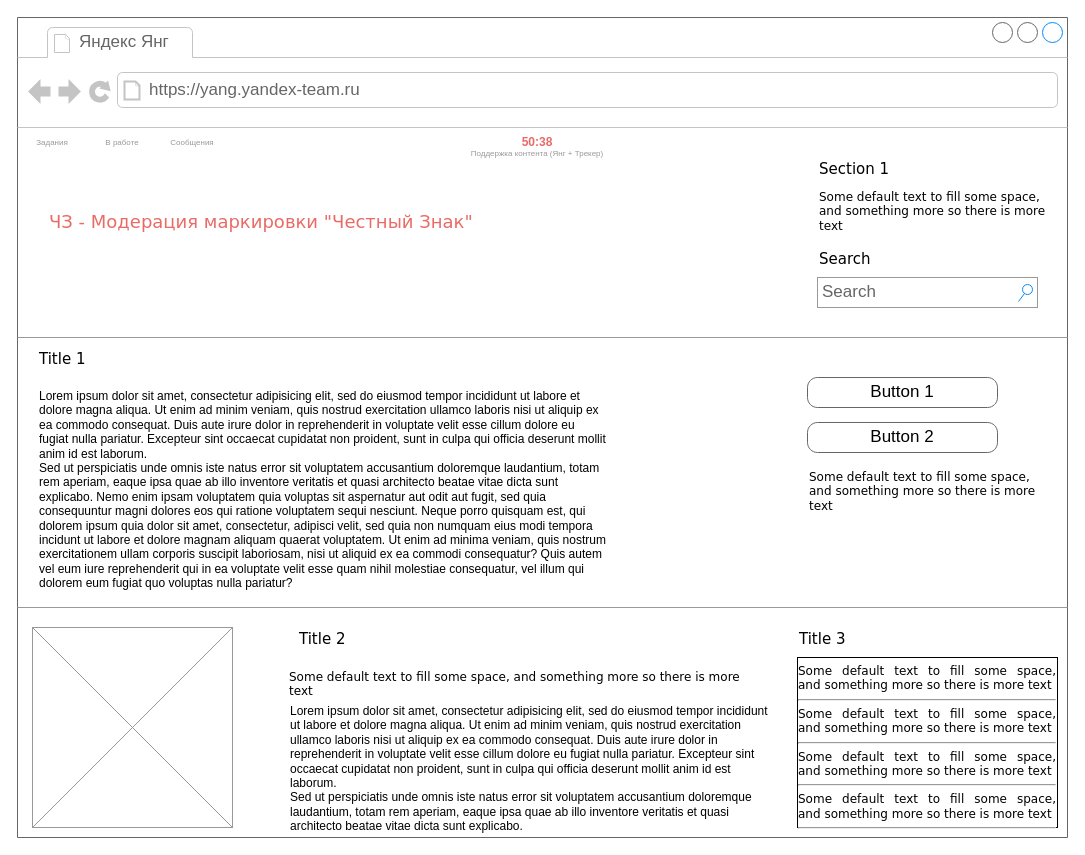
Earlier version of the draw.io diagram sup_task.drawio (xasv1k/yndx). Source tidied: cells renumbered, new cells numbered last; positions are measured from the earlier drawing's top-left corner, leaving out a move shared by most shapes. Both pictures are drawn from the tidied source at 100%, with x=0, y=0 at pixel (17, 17).
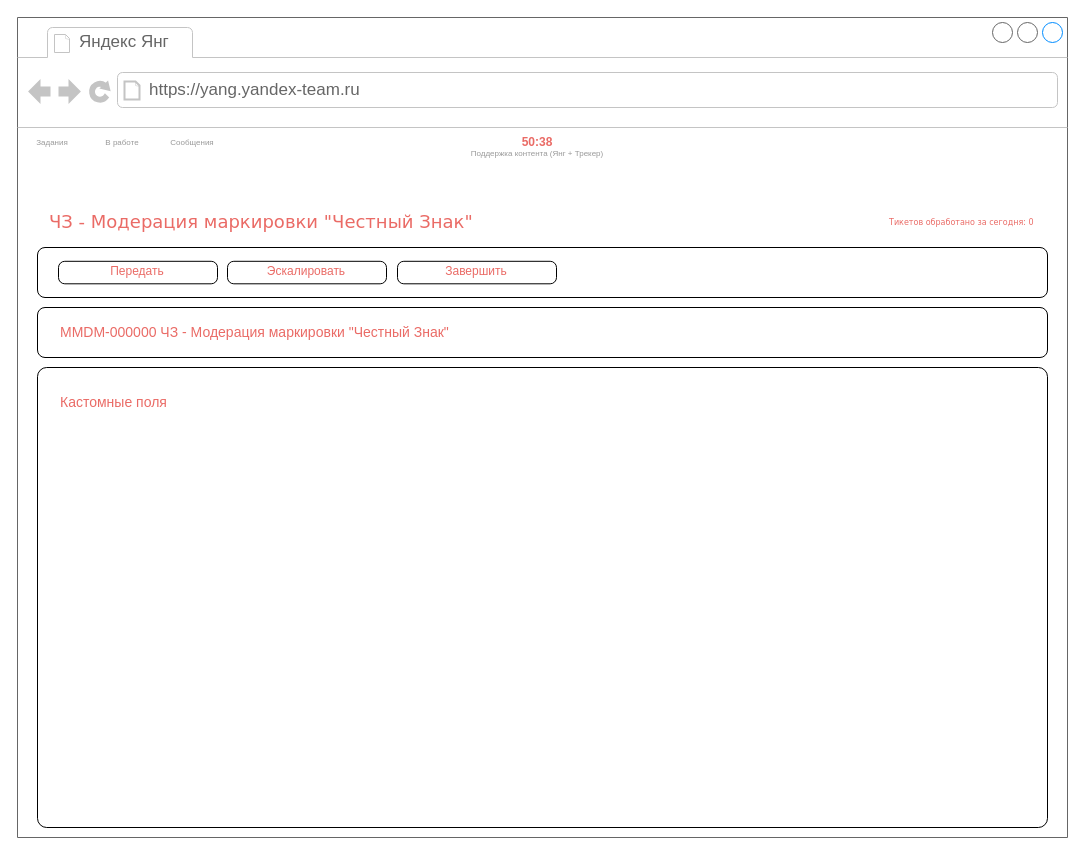
The same page after the edit.

The change refers to these unchanged cells:
```xml
<mxCell id="2" style="strokeWidth=1;shadow=0;dashed=0;align=center;html=1;shape=mxgraph.mockup.containers.browserWindow;rSize=0;strokeColor=#666666;mainText=,;rounded=0;labelBackgroundColor=none;fontFamily=Verdana;fontSize=12;" parent="1" vertex="1">
  <mxGeometry width="1050" height="820" as="geometry" />
</mxCell>
```

Change to the diagram source:
```diff
@@
-    <mxCell id="6" value="Section 1" style="text;html=1;align=left;verticalAlign=top;spacingTop=-4;fontSize=15;fontFamily=Verdana;" parent="2" vertex="1">
-      <mxGeometry x="800" y="140" width="170" height="30" as="geometry" />
-    </mxCell>
-    <mxCell id="7" value="Some default text to fill some space, and&amp;nbsp;&lt;span&gt;something more so there is more text&lt;/span&gt;" style="text;html=1;align=left;verticalAlign=top;spacingTop=-4;fontSize=12;fontFamily=Verdana;whiteSpace=wrap;" parent="2" vertex="1">
-      <mxGeometry x="800" y="170" width="240" height="40" as="geometry" />
+    <mxCell id="7" value="Тикетов обработано за сегодня: 0" style="text;html=1;align=left;verticalAlign=top;spacingTop=-4;fontSize=8;fontFamily=Verdana;whiteSpace=wrap;fontColor=#EA6B66;" parent="2" vertex="1">
+      <mxGeometry x="870" y="197.5" width="170" height="15" as="geometry" />
     </mxCell>
-    <mxCell id="8" value="Search" style="text;html=1;align=left;verticalAlign=top;spacingTop=-4;fontSize=15;fontFamily=Verdana;" parent="2" vertex="1">
-      <mxGeometry x="800" y="230" width="170" height="30" as="geometry" />
-    </mxCell>
-    <mxCell id="9" value="Search" style="strokeWidth=1;shadow=0;dashed=0;align=center;html=1;shape=mxgraph.mockup.forms.searchBox;strokeColor=#999999;mainText=;strokeColor2=#008cff;fontColor=#666666;fontSize=17;align=left;spacingLeft=3;rounded=0;labelBackgroundColor=none;" parent="2" vertex="1">
-      <mxGeometry x="800" y="260" width="220" height="30" as="geometry" />
-    </mxCell>
-    <mxCell id="10" style="verticalLabelPosition=bottom;shadow=0;dashed=0;align=center;html=1;verticalAlign=top;strokeWidth=1;shape=mxgraph.mockup.markup.line;strokeColor=#999999;rounded=0;labelBackgroundColor=none;fillColor=#ffffff;fontFamily=Verdana;fontSize=12;fontColor=#000000;" parent="2" vertex="1">
-      <mxGeometry y="310" width="1050" height="20" as="geometry" />
-    </mxCell>
-    <mxCell id="11" value="Title 1" style="text;html=1;align=left;verticalAlign=top;spacingTop=-4;fontSize=15;fontFamily=Verdana;" parent="2" vertex="1">
-      <mxGeometry x="20" y="330" width="170" height="30" as="geometry" />
-    </mxCell>
-    <mxCell id="12" value="Lorem ipsum dolor sit amet, consectetur adipisicing elit, sed do eiusmod tempor incididunt ut labore et dolore magna aliqua. Ut enim ad minim veniam, quis nostrud exercitation ullamco laboris nisi ut aliquip ex ea commodo consequat. Duis aute irure dolor in reprehenderit in voluptate velit esse cillum dolore eu fugiat nulla pariatur. Excepteur sint occaecat cupidatat non proident, sunt in culpa qui officia deserunt mollit anim id est laborum.&#10;Sed ut perspiciatis unde omnis iste natus error sit voluptatem accusantium doloremque laudantium, totam rem aperiam, eaque ipsa quae ab illo inventore veritatis et quasi architecto beatae vitae dicta sunt explicabo. Nemo enim ipsam voluptatem quia voluptas sit aspernatur aut odit aut fugit, sed quia consequuntur magni dolores eos qui ratione voluptatem sequi nesciunt. Neque porro quisquam est, qui dolorem ipsum quia dolor sit amet, consectetur, adipisci velit, sed quia non numquam eius modi tempora incidunt ut labore et dolore magnam aliquam quaerat voluptatem. Ut enim ad minima veniam, quis nostrum exercitationem ullam corporis suscipit laboriosam, nisi ut aliquid ex ea commodi consequatur? Quis autem vel eum iure reprehenderit qui in ea voluptate velit esse quam nihil molestiae consequatur, vel illum qui dolorem eum fugiat quo voluptas nulla pariatur?" style="text;spacingTop=-5;whiteSpace=wrap;html=1;align=left;fontSize=12;fontFamily=Helvetica;fillColor=none;strokeColor=none;rounded=0;shadow=1;labelBackgroundColor=none;" parent="2" vertex="1">
-      <mxGeometry x="20" y="370" width="570" height="240" as="geometry" />
-    </mxCell>
-    <mxCell id="13" value="Button 1" style="strokeWidth=1;shadow=0;dashed=0;align=center;html=1;shape=mxgraph.mockup.buttons.button;strokeColor=#666666;mainText=;buttonStyle=round;fontSize=17;fontStyle=0;fillColor=none;whiteSpace=wrap;rounded=0;labelBackgroundColor=none;" parent="2" vertex="1">
-      <mxGeometry x="790" y="360" width="190" height="30" as="geometry" />
-    </mxCell>
-    <mxCell id="14" value="Button 2" style="strokeWidth=1;shadow=0;dashed=0;align=center;html=1;shape=mxgraph.mockup.buttons.button;strokeColor=#666666;mainText=;buttonStyle=round;fontSize=17;fontStyle=0;fillColor=none;whiteSpace=wrap;rounded=0;labelBackgroundColor=none;" parent="2" vertex="1">
-      <mxGeometry x="790" y="405" width="190" height="30" as="geometry" />
-    </mxCell>
-    <mxCell id="15" value="Some default text to fill some space, and&amp;nbsp;&lt;span&gt;something more so there is more text&lt;/span&gt;" style="text;html=1;align=left;verticalAlign=top;spacingTop=-4;fontSize=12;fontFamily=Verdana;whiteSpace=wrap;" parent="2" vertex="1">
-      <mxGeometry x="790" y="450" width="240" height="40" as="geometry" />
-    </mxCell>
-    <mxCell id="16" style="verticalLabelPosition=bottom;shadow=0;dashed=0;align=center;html=1;verticalAlign=top;strokeWidth=1;shape=mxgraph.mockup.markup.line;strokeColor=#999999;rounded=0;labelBackgroundColor=none;fillColor=#ffffff;fontFamily=Verdana;fontSize=12;fontColor=#000000;" parent="2" vertex="1">
-      <mxGeometry y="580" width="1050" height="20" as="geometry" />
-    </mxCell>
-    <mxCell id="17" style="verticalLabelPosition=bottom;shadow=0;dashed=0;align=center;html=1;verticalAlign=top;strokeWidth=1;shape=mxgraph.mockup.graphics.simpleIcon;strokeColor=#999999;fillColor=#ffffff;rounded=0;labelBackgroundColor=none;fontFamily=Verdana;fontSize=12;fontColor=#000000;" parent="2" vertex="1">
-      <mxGeometry x="15" y="610" width="200" height="200" as="geometry" />
-    </mxCell>
-    <mxCell id="18" value="Title 2" style="text;html=1;align=left;verticalAlign=top;spacingTop=-4;fontSize=15;fontFamily=Verdana;" parent="2" vertex="1">
-      <mxGeometry x="280" y="610" width="170" height="30" as="geometry" />
-    </mxCell>
-    <mxCell id="19" value="Title 3" style="text;html=1;align=left;verticalAlign=top;spacingTop=-4;fontSize=15;fontFamily=Verdana;" parent="2" vertex="1">
-      <mxGeometry x="780" y="610" width="170" height="30" as="geometry" />
-    </mxCell>
-    <mxCell id="20" value="&lt;div style=&quot;text-align: justify&quot;&gt;&lt;span&gt;Some default text to fill some space, and&amp;nbsp;&lt;/span&gt;&lt;span&gt;something more so there is more text&lt;/span&gt;&lt;/div&gt;&lt;div style=&quot;text-align: justify&quot;&gt;&lt;hr id=&quot;null&quot; style=&quot;text-align: justify&quot;&gt;&lt;span&gt;&lt;div style=&quot;text-align: justify&quot;&gt;&lt;span&gt;Some default text to fill some space, and&amp;nbsp;&lt;/span&gt;&lt;span&gt;something more so there is more text&lt;/span&gt;&lt;/div&gt;&lt;/span&gt;&lt;/div&gt;&lt;hr id=&quot;null&quot; style=&quot;text-align: justify&quot;&gt;&lt;span&gt;&lt;div style=&quot;text-align: justify&quot;&gt;&lt;span&gt;Some default text to fill some space, and&amp;nbsp;&lt;/span&gt;&lt;span&gt;something more so there is more text&lt;/span&gt;&lt;/div&gt;&lt;/span&gt;&lt;hr id=&quot;null&quot; style=&quot;text-align: justify&quot;&gt;&lt;span&gt;&lt;div style=&quot;text-align: justify&quot;&gt;&lt;span&gt;Some default text to fill some space, and&amp;nbsp;&lt;/span&gt;&lt;span&gt;something more so there is more text&lt;/span&gt;&lt;/div&gt;&lt;/span&gt;&lt;hr id=&quot;null&quot; style=&quot;text-align: left&quot;&gt;" style="whiteSpace=wrap;html=1;rounded=0;shadow=0;labelBackgroundColor=none;strokeWidth=1;fontFamily=Verdana;fontSize=12;align=center;verticalAlign=top;" parent="2" vertex="1">
-      <mxGeometry x="780" y="640" width="260" height="170" as="geometry" />
-    </mxCell>
-    <mxCell id="21" value="Some default text to fill some space, and&amp;nbsp;&lt;span&gt;something more so there is more text&lt;/span&gt;" style="text;html=1;align=left;verticalAlign=top;spacingTop=-4;fontSize=12;fontFamily=Verdana;whiteSpace=wrap;" parent="2" vertex="1">
-      <mxGeometry x="270" y="650" width="470" height="40" as="geometry" />
-    </mxCell>
@@
-    <mxCell id="27" value="Lorem ipsum dolor sit amet, consectetur adipisicing elit, sed do eiusmod tempor incididunt ut labore et dolore magna aliqua. Ut enim ad minim veniam, quis nostrud exercitation ullamco laboris nisi ut aliquip ex ea commodo consequat. Duis aute irure dolor in reprehenderit in voluptate velit esse cillum dolore eu fugiat nulla pariatur. Excepteur sint occaecat cupidatat non proident, sunt in culpa qui officia deserunt mollit anim id est laborum.&lt;br&gt;Sed ut perspiciatis unde omnis iste natus error sit voluptatem accusantium doloremque laudantium, totam rem aperiam, eaque ipsa quae ab illo inventore veritatis et quasi architecto beatae vitae dicta sunt explicabo.&amp;nbsp;" style="text;spacingTop=-5;whiteSpace=wrap;html=1;align=left;fontSize=12;fontFamily=Helvetica;fillColor=none;strokeColor=none;rounded=0;shadow=1;labelBackgroundColor=none;" parent="1" vertex="1">
-      <mxGeometry x="271" y="685" width="490" height="125" as="geometry" />
-    </mxCell>
+    <mxCell id="28" style="rounded=1;whiteSpace=wrap;html=1;" parent="2" vertex="1">
+      <mxGeometry x="20" y="230" width="1010" height="50" as="geometry" />
+    </mxCell>
+    <mxCell id="29" style="group;verticalAlign=middle;" parent="2" vertex="1">
+      <mxGeometry x="41" y="243.8" width="159" height="22.5" as="geometry" />
+    </mxCell>
+    <mxCell id="30" style="rounded=1;whiteSpace=wrap;html=1;arcSize=28;" parent="29" vertex="1">
+      <mxGeometry width="159" height="22.5" as="geometry" />
+    </mxCell>
+    <mxCell id="31" value="Передать" style="text;html=1;align=center;verticalAlign=middle;whiteSpace=wrap;rounded=0;fontColor=#EA6B66;" parent="29" vertex="1">
+      <mxGeometry x="9" y="1.2" width="140" height="18.8" as="geometry" />
+    </mxCell>
+    <mxCell id="32" style="group;verticalAlign=middle;" parent="2" vertex="1">
+      <mxGeometry x="210" y="243.8" width="159" height="22.5" as="geometry" />
+    </mxCell>
+    <mxCell id="33" style="rounded=1;whiteSpace=wrap;html=1;arcSize=28;" parent="32" vertex="1">
+      <mxGeometry width="159" height="22.5" as="geometry" />
+    </mxCell>
+    <mxCell id="34" value="Эскалировать" style="text;html=1;align=center;verticalAlign=middle;whiteSpace=wrap;rounded=0;fontColor=#EA6B66;" parent="32" vertex="1">
+      <mxGeometry x="9" y="1.2" width="140" height="18.8" as="geometry" />
+    </mxCell>
+    <mxCell id="35" style="group;verticalAlign=middle;" parent="2" vertex="1">
+      <mxGeometry x="380" y="243.8" width="159" height="22.5" as="geometry" />
+    </mxCell>
+    <mxCell id="36" style="rounded=1;whiteSpace=wrap;html=1;arcSize=28;" parent="35" vertex="1">
+      <mxGeometry width="159" height="22.5" as="geometry" />
+    </mxCell>
+    <mxCell id="37" value="Завершить" style="text;html=1;align=center;verticalAlign=middle;whiteSpace=wrap;rounded=0;fontColor=#EA6B66;" parent="35" vertex="1">
+      <mxGeometry x="9" y="1.2" width="140" height="18.8" as="geometry" />
+    </mxCell>
+    <mxCell id="38" style="rounded=1;whiteSpace=wrap;html=1;arcSize=2;" parent="2" vertex="1">
+      <mxGeometry x="20" y="350" width="1010" height="460" as="geometry" />
+    </mxCell>
+    <mxCell id="39" value="Кастомные поля" style="text;html=1;align=left;verticalAlign=top;whiteSpace=wrap;rounded=0;fontSize=14;fontColor=#EA6B66;" parent="2" vertex="1">
+      <mxGeometry x="41" y="370" width="500" height="30" as="geometry" />
+    </mxCell>
+    <mxCell id="40" style="rounded=1;whiteSpace=wrap;html=1;" parent="1" vertex="1">
+      <mxGeometry x="20" y="290" width="1010" height="50" as="geometry" />
+    </mxCell>
+    <mxCell id="41" value="&lt;div align=&quot;left&quot;&gt;MMDM-000000 ЧЗ - Модерация маркировки &quot;Честный Знак&quot;&lt;br&gt;&lt;/div&gt;" style="text;html=1;align=left;verticalAlign=top;whiteSpace=wrap;rounded=0;fontSize=14;fontColor=#EA6B66;" parent="1" vertex="1">
+      <mxGeometry x="41" y="300" width="500" height="30" as="geometry" />
+    </mxCell>
```
